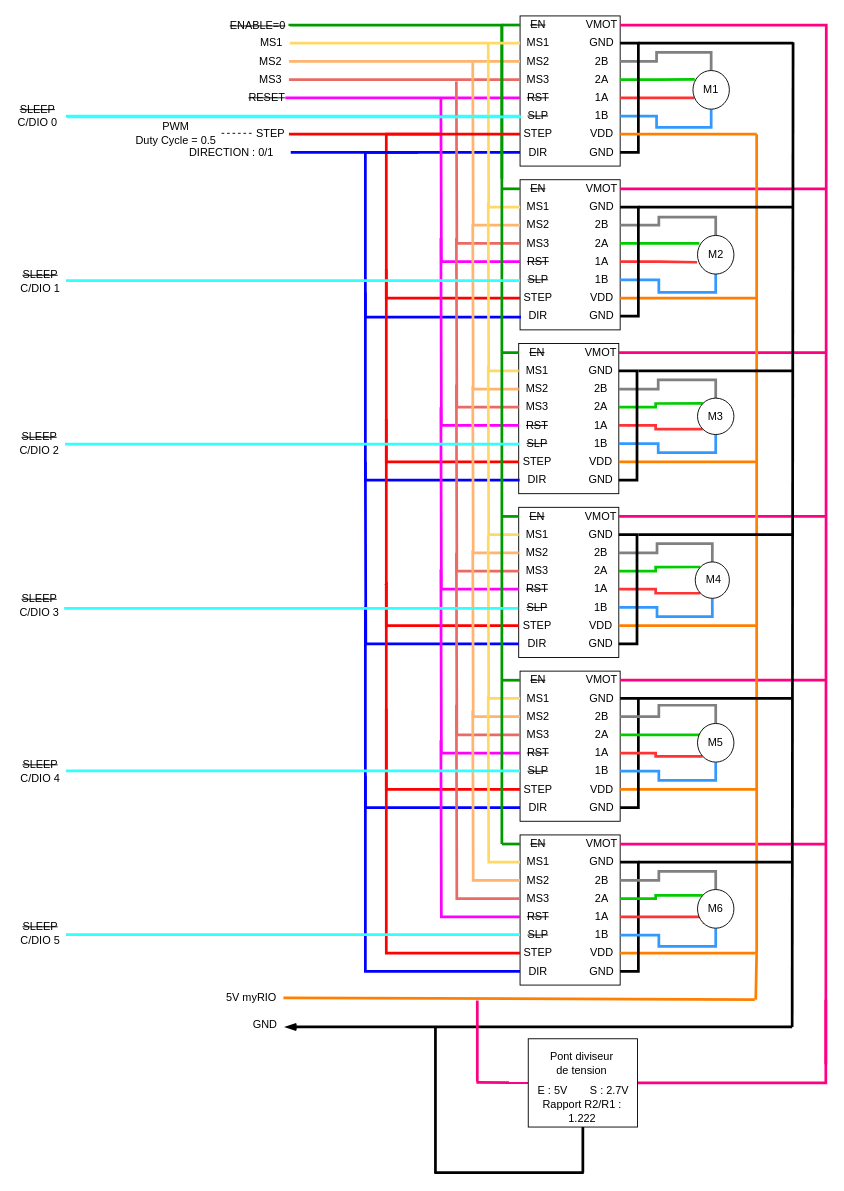
Before: DriverBoard.drawio in Rubik-s-R2/master, a draw.io diagram. Source tidied: cells renumbered, new cells numbered last; positions are measured from the earlier drawing's top-left corner, leaving out a move shared by most shapes. Both pictures are drawn from the tidied source at 91%, with x=0, y=0 at pixel (15, 15).
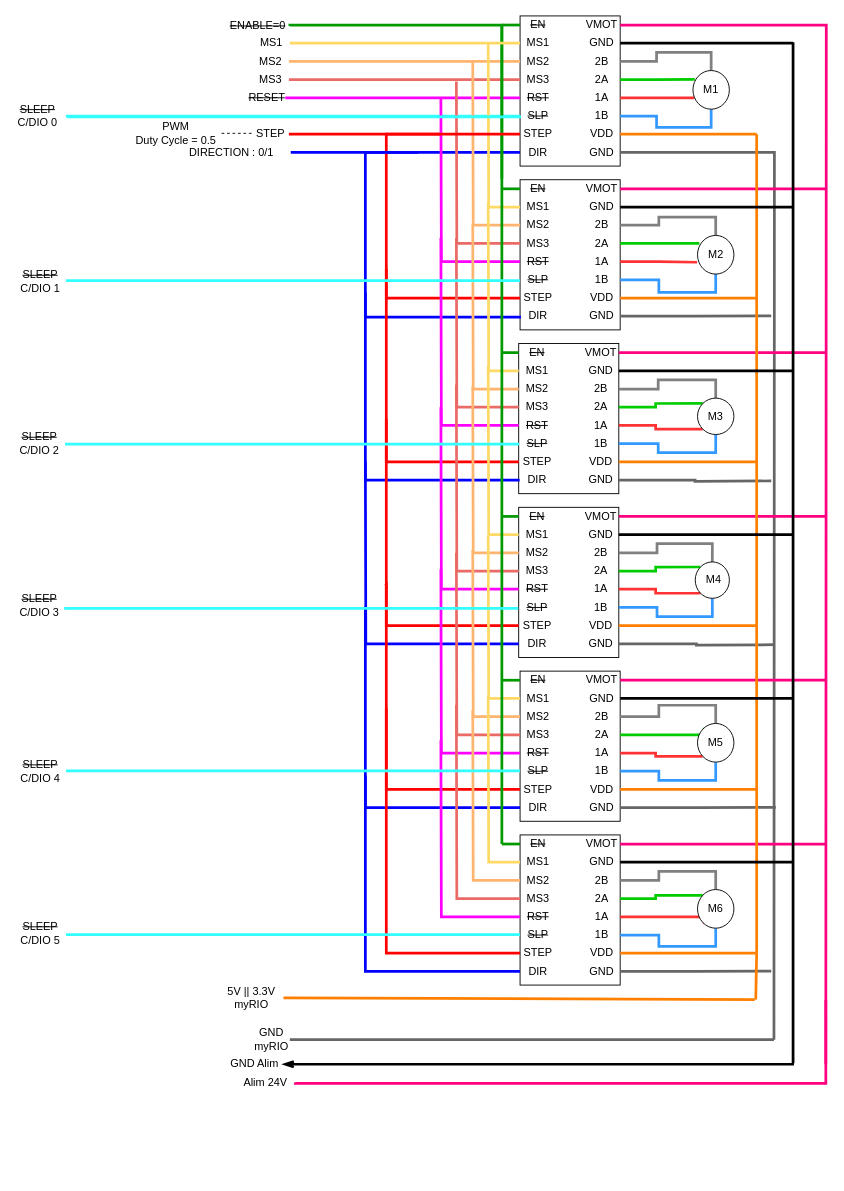
The same diagram, later.

The change refers to these unchanged cells:
```xml
<mxCell id="18" value="GND" style="text;html=1;strokeColor=none;fillColor=none;align=center;verticalAlign=middle;whiteSpace=wrap;rounded=0;" parent="1" vertex="1">
  <mxGeometry x="624" y="20" width="40" height="20" as="geometry" />
</mxCell>
<mxCell id="29" value="GND" style="text;html=1;strokeColor=none;fillColor=none;align=center;verticalAlign=middle;whiteSpace=wrap;rounded=0;" parent="1" vertex="1">
  <mxGeometry x="624" y="140" width="40" height="20" as="geometry" />
</mxCell>
<mxCell id="47" value="GND" style="text;html=1;strokeColor=none;fillColor=none;align=center;verticalAlign=middle;whiteSpace=wrap;rounded=0;" parent="1" vertex="1">
  <mxGeometry x="624" y="200" width="40" height="20" as="geometry" />
</mxCell>
<mxCell id="59" value="GND" style="text;html=1;strokeColor=none;fillColor=none;align=center;verticalAlign=middle;whiteSpace=wrap;rounded=0;" parent="1" vertex="1">
  <mxGeometry x="624" y="320" width="40" height="20" as="geometry" />
</mxCell>
<mxCell id="77" value="GND" style="text;html=1;strokeColor=none;fillColor=none;align=center;verticalAlign=middle;whiteSpace=wrap;rounded=0;" parent="1" vertex="1">
  <mxGeometry x="622.5" y="380" width="40" height="20" as="geometry" />
</mxCell>
<mxCell id="89" value="GND" style="text;html=1;strokeColor=none;fillColor=none;align=center;verticalAlign=middle;whiteSpace=wrap;rounded=0;" parent="1" vertex="1">
  <mxGeometry x="622.5" y="500" width="40" height="20" as="geometry" />
</mxCell>
<mxCell id="107" value="GND" style="text;html=1;strokeColor=none;fillColor=none;align=center;verticalAlign=middle;whiteSpace=wrap;rounded=0;" parent="1" vertex="1">
  <mxGeometry x="622.5" y="560" width="40" height="20" as="geometry" />
</mxCell>
<mxCell id="119" value="GND" style="text;html=1;strokeColor=none;fillColor=none;align=center;verticalAlign=middle;whiteSpace=wrap;rounded=0;" parent="1" vertex="1">
  <mxGeometry x="622.5" y="680" width="40" height="20" as="geometry" />
</mxCell>
<mxCell id="137" value="GND" style="text;html=1;strokeColor=none;fillColor=none;align=center;verticalAlign=middle;whiteSpace=wrap;rounded=0;" parent="1" vertex="1">
  <mxGeometry x="624" y="740" width="40" height="20" as="geometry" />
</mxCell>
<mxCell id="145" value="GND" style="text;html=1;strokeColor=none;fillColor=none;align=center;verticalAlign=middle;whiteSpace=wrap;rounded=0;" parent="1" vertex="1">
  <mxGeometry x="624" y="860" width="40" height="20" as="geometry" />
</mxCell>
<mxCell id="163" value="GND" style="text;html=1;strokeColor=none;fillColor=none;align=center;verticalAlign=middle;whiteSpace=wrap;rounded=0;" parent="1" vertex="1">
  <mxGeometry x="624" y="920" width="40" height="20" as="geometry" />
</mxCell>
<mxCell id="171" value="GND" style="text;html=1;strokeColor=none;fillColor=none;align=center;verticalAlign=middle;whiteSpace=wrap;rounded=0;" parent="1" vertex="1">
  <mxGeometry x="624" y="1040" width="40" height="20" as="geometry" />
</mxCell>
```

Diff of the diagram source:
```diff
@@
-    <mxCell id="28" style="edgeStyle=orthogonalEdgeStyle;rounded=0;jettySize=auto;html=1;exitX=1;exitY=0.5;exitDx=0;exitDy=0;entryX=1;entryY=0.5;entryDx=0;entryDy=0;endArrow=none;endFill=0;strokeWidth=3;" parent="1" edge="1" source="29" target="18">
-      <mxGeometry relative="1" as="geometry" />
-    </mxCell>
+    <mxCell id="249" style="edgeStyle=orthogonalEdgeStyle;rounded=0;jettySize=auto;html=1;exitX=1;exitY=0.5;exitDx=0;exitDy=0;strokeWidth=3;endArrow=none;endFill=0;strokeColor=#666666;" parent="1" edge="1" source="29">
+      <mxGeometry relative="1" as="geometry">
+        <mxPoint x="833" y="1125" as="targetPoint" />
+      </mxGeometry>
+    </mxCell>
@@
-    <mxCell id="58" style="edgeStyle=orthogonalEdgeStyle;rounded=0;jettySize=auto;html=1;exitX=1;exitY=0.5;exitDx=0;exitDy=0;entryX=1;entryY=0.5;entryDx=0;entryDy=0;endArrow=none;endFill=0;strokeWidth=3;" parent="1" edge="1" source="59" target="47">
-      <mxGeometry relative="1" as="geometry" />
-    </mxCell>
+    <mxCell id="250" style="edgeStyle=orthogonalEdgeStyle;rounded=0;jettySize=auto;html=1;exitX=1;exitY=0.5;exitDx=0;exitDy=0;endArrow=none;endFill=0;strokeColor=#666666;strokeWidth=3;" parent="1" edge="1" source="59">
+      <mxGeometry relative="1" as="geometry">
+        <mxPoint x="830" y="329.6" as="targetPoint" />
+      </mxGeometry>
+    </mxCell>
@@
-    <mxCell id="88" style="edgeStyle=orthogonalEdgeStyle;rounded=0;jettySize=auto;html=1;exitX=1;exitY=0.5;exitDx=0;exitDy=0;entryX=1;entryY=0.5;entryDx=0;entryDy=0;endArrow=none;endFill=0;strokeWidth=3;" parent="1" edge="1" source="89" target="77">
-      <mxGeometry relative="1" as="geometry" />
-    </mxCell>
+    <mxCell id="251" style="edgeStyle=orthogonalEdgeStyle;rounded=0;jettySize=auto;html=1;exitX=1;exitY=0.5;exitDx=0;exitDy=0;endArrow=none;endFill=0;strokeColor=#666666;strokeWidth=3;" parent="1" edge="1" source="89">
+      <mxGeometry relative="1" as="geometry">
+        <mxPoint x="830" y="511" as="targetPoint" />
+      </mxGeometry>
+    </mxCell>
@@
-    <mxCell id="118" style="edgeStyle=orthogonalEdgeStyle;rounded=0;jettySize=auto;html=1;exitX=1;exitY=0.5;exitDx=0;exitDy=0;entryX=1;entryY=0.5;entryDx=0;entryDy=0;endArrow=none;endFill=0;strokeWidth=3;" parent="1" edge="1" source="119" target="107">
-      <mxGeometry relative="1" as="geometry" />
-    </mxCell>
+    <mxCell id="252" style="edgeStyle=orthogonalEdgeStyle;rounded=0;jettySize=auto;html=1;exitX=1;exitY=0.5;exitDx=0;exitDy=0;endArrow=none;endFill=0;strokeColor=#666666;strokeWidth=3;" parent="1" edge="1" source="119">
+      <mxGeometry relative="1" as="geometry">
+        <mxPoint x="833" y="691" as="targetPoint" />
+      </mxGeometry>
+    </mxCell>
@@
-    <mxCell id="144" style="edgeStyle=orthogonalEdgeStyle;rounded=0;jettySize=auto;html=1;exitX=1;exitY=0.5;exitDx=0;exitDy=0;entryX=1;entryY=0.5;entryDx=0;entryDy=0;endArrow=none;endFill=0;strokeWidth=3;" parent="1" edge="1" source="145" target="137">
-      <mxGeometry relative="1" as="geometry" />
-    </mxCell>
+    <mxCell id="253" style="edgeStyle=orthogonalEdgeStyle;rounded=0;jettySize=auto;html=1;exitX=1;exitY=0.5;exitDx=0;exitDy=0;endArrow=none;endFill=0;strokeColor=#666666;strokeWidth=3;" parent="1" edge="1" source="145">
+      <mxGeometry relative="1" as="geometry">
+        <mxPoint x="835" y="869.6" as="targetPoint" />
+      </mxGeometry>
+    </mxCell>
@@
-    <mxCell id="170" style="edgeStyle=orthogonalEdgeStyle;rounded=0;jettySize=auto;html=1;exitX=1;exitY=0.5;exitDx=0;exitDy=0;entryX=1;entryY=0.5;entryDx=0;entryDy=0;endArrow=none;endFill=0;strokeWidth=3;" parent="1" edge="1" source="171" target="163">
-      <mxGeometry relative="1" as="geometry" />
-    </mxCell>
+    <mxCell id="254" style="edgeStyle=orthogonalEdgeStyle;rounded=0;jettySize=auto;html=1;exitX=1;exitY=0.5;exitDx=0;exitDy=0;endArrow=none;endFill=0;strokeColor=#666666;strokeWidth=3;" parent="1" edge="1" source="171">
+      <mxGeometry relative="1" as="geometry">
+        <mxPoint x="830" y="1049.6" as="targetPoint" />
+      </mxGeometry>
+    </mxCell>
@@
-    <mxCell id="204" style="endArrow=none;html=1;endFill=0;strokeWidth=3;" parent="1" edge="1">
+    <mxCell id="204" style="endArrow=none;html=1;endFill=0;strokeWidth=3;exitX=1;exitY=0.5;exitDx=0;exitDy=0;" parent="1" edge="1" source="107">
       <mxGeometry relative="1" as="geometry">
-        <mxPoint x="684" y="570" as="sourcePoint" />
         <mxPoint x="854" y="570" as="targetPoint" />
       </mxGeometry>
     </mxCell>
-    <mxCell id="205" style="endArrow=none;html=1;endFill=0;strokeWidth=3;" parent="1" edge="1">
+    <mxCell id="205" style="endArrow=none;html=1;endFill=0;strokeWidth=3;exitX=1;exitY=0.5;exitDx=0;exitDy=0;" parent="1" edge="1" source="18">
       <mxGeometry relative="1" as="geometry">
-        <mxPoint x="684" y="30" as="sourcePoint" />
         <mxPoint x="854" y="30" as="targetPoint" />
       </mxGeometry>
     </mxCell>
-    <mxCell id="206" style="endArrow=none;html=1;endFill=0;strokeWidth=3;" parent="1" edge="1">
+    <mxCell id="206" style="endArrow=none;html=1;endFill=0;strokeWidth=3;exitX=1;exitY=0.5;exitDx=0;exitDy=0;" parent="1" edge="1" source="47">
       <mxGeometry relative="1" as="geometry">
-        <mxPoint x="684" y="210" as="sourcePoint" />
         <mxPoint x="854" y="210" as="targetPoint" />
       </mxGeometry>
     </mxCell>
-    <mxCell id="207" style="endArrow=none;html=1;endFill=0;strokeWidth=3;" parent="1" edge="1">
+    <mxCell id="207" style="endArrow=none;html=1;endFill=0;strokeWidth=3;exitX=1;exitY=0.5;exitDx=0;exitDy=0;" parent="1" edge="1" source="77">
       <mxGeometry relative="1" as="geometry">
-        <mxPoint x="684" y="390" as="sourcePoint" />
         <mxPoint x="854" y="390" as="targetPoint" />
       </mxGeometry>
     </mxCell>
-    <mxCell id="208" style="endArrow=none;html=1;endFill=0;strokeWidth=3;" parent="1" edge="1">
+    <mxCell id="208" style="endArrow=none;html=1;endFill=0;strokeWidth=3;exitX=1;exitY=0.5;exitDx=0;exitDy=0;" parent="1" edge="1" source="137">
       <mxGeometry relative="1" as="geometry">
-        <mxPoint x="684" y="750" as="sourcePoint" />
         <mxPoint x="854" y="750" as="targetPoint" />
       </mxGeometry>
     </mxCell>
-    <mxCell id="209" style="endArrow=none;html=1;endFill=0;strokeWidth=3;" parent="1" edge="1">
+    <mxCell id="209" style="endArrow=none;html=1;endFill=0;strokeWidth=3;exitX=1;exitY=0.5;exitDx=0;exitDy=0;" parent="1" edge="1" source="163">
       <mxGeometry relative="1" as="geometry">
-        <mxPoint x="684" y="930" as="sourcePoint" />
         <mxPoint x="854" y="930" as="targetPoint" />
       </mxGeometry>
     </mxCell>
@@
-    <mxCell id="213" value="5V myRIO" style="text;html=1;strokeColor=none;fillColor=none;align=center;verticalAlign=middle;whiteSpace=wrap;rounded=0;" parent="1" vertex="1">
+    <mxCell id="213" value="5V || 3.3V myRIO" style="text;html=1;strokeColor=none;fillColor=none;align=center;verticalAlign=middle;whiteSpace=wrap;rounded=0;" parent="1" vertex="1">
       <mxGeometry x="224" y="1069" width="70" height="20" as="geometry" />
     </mxCell>
@@
     <mxCell id="221" style="endArrow=none;html=1;strokeWidth=3;" parent="1" edge="1">
       <mxGeometry relative="1" as="geometry">
-        <mxPoint x="853" y="1111" as="sourcePoint" />
+        <mxPoint x="854" y="1151" as="sourcePoint" />
         <mxPoint x="854" y="29" as="targetPoint" />
       </mxGeometry>
     </mxCell>
-    <mxCell id="222" style="endArrow=openThin;html=1;strokeColor=#000000;strokeWidth=3;endFill=0;" parent="1" edge="1">
+    <mxCell id="222" style="endArrow=openThin;html=1;strokeColor=#000000;strokeWidth=3;endFill=0;entryX=1;entryY=0.5;entryDx=0;entryDy=0;" parent="1" edge="1" target="223">
       <mxGeometry relative="1" as="geometry">
-        <mxPoint x="853" y="1111" as="sourcePoint" />
-        <mxPoint x="296" y="1111" as="targetPoint" />
+        <mxPoint x="855" y="1152" as="sourcePoint" />
       </mxGeometry>
     </mxCell>
-    <mxCell id="223" value="GND" style="text;html=1;strokeColor=none;fillColor=none;align=center;verticalAlign=middle;whiteSpace=wrap;rounded=0;" parent="1" vertex="1">
-      <mxGeometry x="254" y="1099" width="40" height="20" as="geometry" />
+    <mxCell id="223" value="GND Alim" style="text;html=1;strokeColor=none;fillColor=none;align=center;verticalAlign=middle;whiteSpace=wrap;rounded=0;" parent="1" vertex="1">
+      <mxGeometry x="232" y="1142" width="61" height="20" as="geometry" />
     </mxCell>
@@
-    <mxCell id="237" style="endArrow=none;html=1;strokeWidth=3;strokeColor=#FF0080;" parent="1" edge="1" target="241">
-      <mxGeometry relative="1" as="geometry">
-        <mxPoint x="506" y="1172" as="sourcePoint" />
-      </mxGeometry>
-    </mxCell>
-    <mxCell id="238" style="edgeStyle=orthogonalEdgeStyle;rounded=0;jettySize=auto;html=1;exitX=1;exitY=0.5;exitDx=0;exitDy=0;endArrow=none;endFill=0;strokeColor=#FF0080;strokeWidth=3;" parent="1" edge="1" source="241">
+    <mxCell id="238" style="edgeStyle=orthogonalEdgeStyle;rounded=0;jettySize=auto;html=1;endArrow=none;endFill=0;strokeColor=#FF0080;strokeWidth=3;exitX=1;exitY=0.5;exitDx=0;exitDy=0;" parent="1" edge="1" source="255">
       <mxGeometry relative="1" as="geometry">
         <mxPoint x="890" y="1081" as="targetPoint" />
         <Array as="points">
+          <mxPoint x="307" y="1173" />
           <mxPoint x="890" y="1173" />
         </Array>
       </mxGeometry>
     </mxCell>
-    <mxCell id="239" style="endArrow=none;html=1;strokeWidth=3;strokeColor=#FF0080;" parent="1" edge="1">
-      <mxGeometry relative="1" as="geometry">
-        <mxPoint x="507" y="1171" as="sourcePoint" />
-        <mxPoint x="507" y="1082" as="targetPoint" />
-      </mxGeometry>
-    </mxCell>
-    <mxCell id="240" style="group;" parent="1" vertex="1">
-      <mxGeometry x="563" y="1124" width="120" height="97" as="geometry" />
-    </mxCell>
-    <mxCell id="241" style="rounded=0;whiteSpace=wrap;html=1;" parent="240" vertex="1">
-      <mxGeometry width="120" height="97" as="geometry" />
-    </mxCell>
-    <mxCell id="242" value="Pont diviseur de tension" style="text;html=1;strokeColor=none;fillColor=none;align=center;verticalAlign=middle;whiteSpace=wrap;rounded=0;" parent="240" vertex="1">
-      <mxGeometry x="17" y="14" width="84" height="25" as="geometry" />
-    </mxCell>
-    <mxCell id="243" value="E : 5V" style="text;html=1;strokeColor=none;fillColor=none;align=center;verticalAlign=middle;whiteSpace=wrap;rounded=0;" parent="240" vertex="1">
-      <mxGeometry x="7" y="47" width="40" height="20" as="geometry" />
-    </mxCell>
-    <mxCell id="244" value="S : 2.7V" style="text;html=1;strokeColor=none;fillColor=none;align=center;verticalAlign=middle;whiteSpace=wrap;rounded=0;" parent="240" vertex="1">
-      <mxGeometry x="64" y="47" width="51" height="20" as="geometry" />
-    </mxCell>
-    <mxCell id="245" value="Rapport R2/R1 : 1.222" style="text;html=1;strokeColor=none;fillColor=none;align=center;verticalAlign=middle;whiteSpace=wrap;rounded=0;" parent="240" vertex="1">
-      <mxGeometry x="4.5" y="70" width="109" height="20" as="geometry" />
-    </mxCell>
-    <mxCell id="246" style="endArrow=none;html=1;exitX=0.5;exitY=1;exitDx=0;exitDy=0;strokeWidth=3;" parent="1" edge="1" source="241">
-      <mxGeometry relative="1" as="geometry">
-        <mxPoint x="623" y="1271" as="targetPoint" />
-      </mxGeometry>
-    </mxCell>
-    <mxCell id="247" style="endArrow=none;html=1;strokeWidth=3;" parent="1" edge="1">
-      <mxGeometry relative="1" as="geometry">
-        <mxPoint x="624" y="1271" as="sourcePoint" />
-        <mxPoint x="460" y="1271" as="targetPoint" />
-      </mxGeometry>
-    </mxCell>
-    <mxCell id="248" style="endArrow=none;html=1;strokeWidth=3;" parent="1" edge="1">
-      <mxGeometry relative="1" as="geometry">
-        <mxPoint x="461" y="1272" as="sourcePoint" />
-        <mxPoint x="461" y="1110" as="targetPoint" />
-      </mxGeometry>
-    </mxCell>
+    <mxCell id="255" value="Alim 24V" style="text;html=1;strokeColor=none;fillColor=none;align=center;verticalAlign=middle;whiteSpace=wrap;rounded=0;" parent="1" vertex="1">
+      <mxGeometry x="242" y="1162" width="65" height="20" as="geometry" />
+    </mxCell>
+    <mxCell id="256" style="endArrow=none;html=1;strokeColor=#666666;strokeWidth=3;" parent="1" edge="1" target="257">
+      <mxGeometry relative="1" as="geometry">
+        <mxPoint x="833" y="1125" as="sourcePoint" />
+      </mxGeometry>
+    </mxCell>
+    <mxCell id="257" value="GND myRIO" style="text;html=1;strokeColor=none;fillColor=none;align=center;verticalAlign=middle;whiteSpace=wrap;rounded=0;" parent="1" vertex="1">
+      <mxGeometry x="261" y="1115" width="40" height="20" as="geometry" />
+    </mxCell>
```
